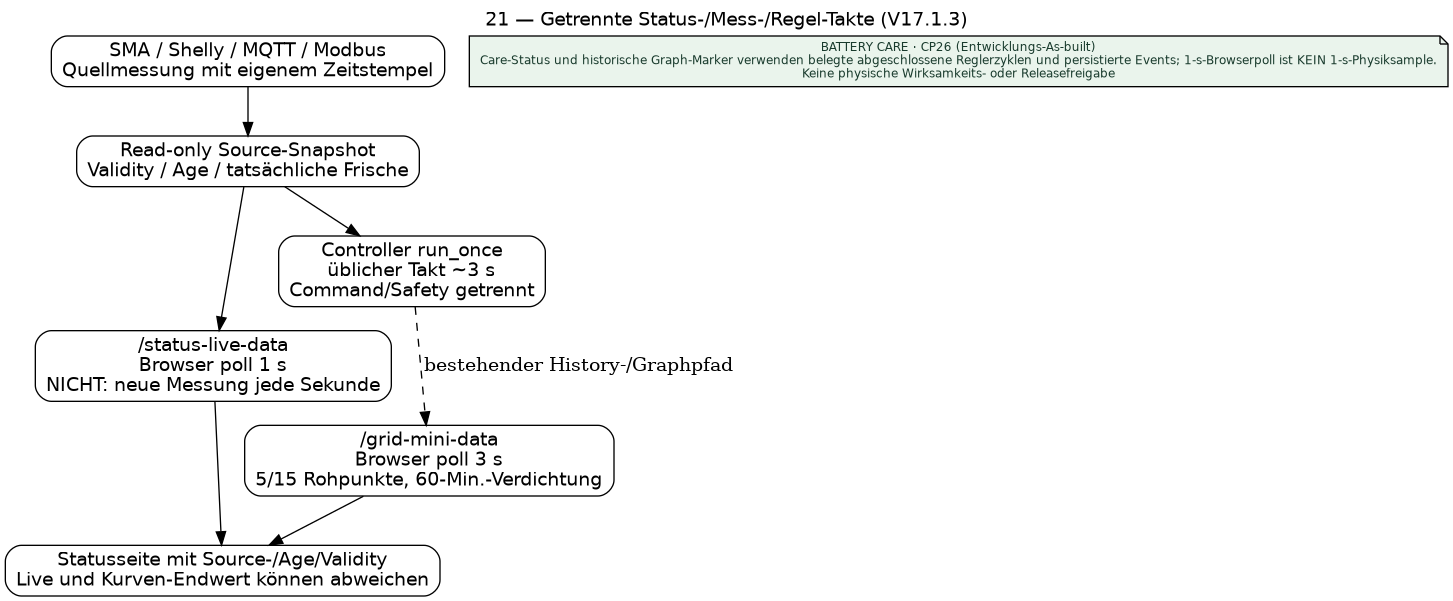
This is docs/architecture/uml/rendered/21_LIVE_STATUS_VS_CONTROL.png from TTXaser2/zendure-energy-controller, a Graphviz export, as it was before one commit. Its source is kept beside it as docs/architecture/uml/diagrams/21_LIVE_STATUS_VS_CONTROL.dot.
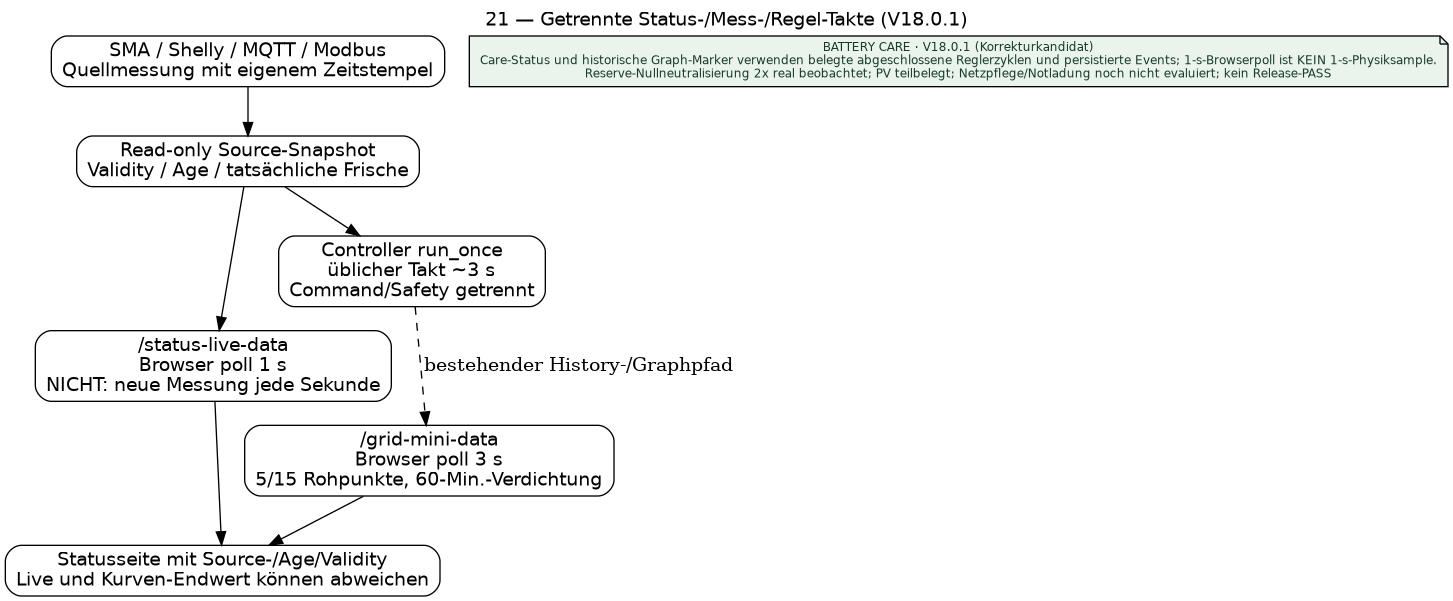
After the commit.

The edit, as a diff of the source:
```diff
@@ -1,3 +1,3 @@
-digraph L {graph [label="21 — Getrennte Status-/Mess-/Regel-Takte (V17.1.3)",labelloc=t,rankdir=TB,fontname="DejaVu Sans"];node [shape=box,style="rounded,filled",fillcolor="white",fontname="DejaVu Sans"]; sensor [label="SMA / Shelly / MQTT / Modbus\nQuellmessung mit eigenem Zeitstempel"]; state [label="Read-only Source-Snapshot\nValidity / Age / tatsächliche Frische"]; live [label="/status-live-data\nBrowser poll 1 s\nNICHT: neue Messung jede Sekunde"]; control [label="Controller run_once\nüblicher Takt ~3 s\nCommand/Safety getrennt"]; mini [label="/grid-mini-data\nBrowser poll 3 s\n5/15 Rohpunkte, 60-Min.-Verdichtung"]; ui [label="Statusseite mit Source-/Age/Validity\nLive und Kurven-Endwert können abweichen"];sensor->state;state->live;state->control;control->mini [style=dashed,label="bestehender History-/Graphpfad"];live->ui;mini->ui;
-  cp26_care_21 [shape=note, style="filled", fillcolor="#eaf4ec", fontcolor="#193b2d", fontsize=9, label="BATTERY CARE · CP26 (Entwicklungs-As-built)\nCare-Status und historische Graph-Marker verwenden belegte abgeschlossene Reglerzyklen und persistierte Events; 1-s-Browserpoll ist KEIN 1-s-Physiksample.\nKeine physische Wirksamkeits- oder Releasefreigabe"];
+digraph L {graph [label="21 — Getrennte Status-/Mess-/Regel-Takte (V18.0.1)",labelloc=t,rankdir=TB,fontname="DejaVu Sans"];node [shape=box,style="rounded,filled",fillcolor="white",fontname="DejaVu Sans"]; sensor [label="SMA / Shelly / MQTT / Modbus\nQuellmessung mit eigenem Zeitstempel"]; state [label="Read-only Source-Snapshot\nValidity / Age / tatsächliche Frische"]; live [label="/status-live-data\nBrowser poll 1 s\nNICHT: neue Messung jede Sekunde"]; control [label="Controller run_once\nüblicher Takt ~3 s\nCommand/Safety getrennt"]; mini [label="/grid-mini-data\nBrowser poll 3 s\n5/15 Rohpunkte, 60-Min.-Verdichtung"]; ui [label="Statusseite mit Source-/Age/Validity\nLive und Kurven-Endwert können abweichen"];sensor->state;state->live;state->control;control->mini [style=dashed,label="bestehender History-/Graphpfad"];live->ui;mini->ui;
+  cp26_care_21 [shape=note, style="filled", fillcolor="#eaf4ec", fontcolor="#193b2d", fontsize=9, label="BATTERY CARE · V18.0.1 (Korrekturkandidat)\nCare-Status und historische Graph-Marker verwenden belegte abgeschlossene Reglerzyklen und persistierte Events; 1-s-Browserpoll ist KEIN 1-s-Physiksample.\nReserve-Nullneutralisierung 2x real beobachtet; PV teilbelegt; Netzpflege/Notladung noch nicht evaluiert; kein Release-PASS"];
 }
```
